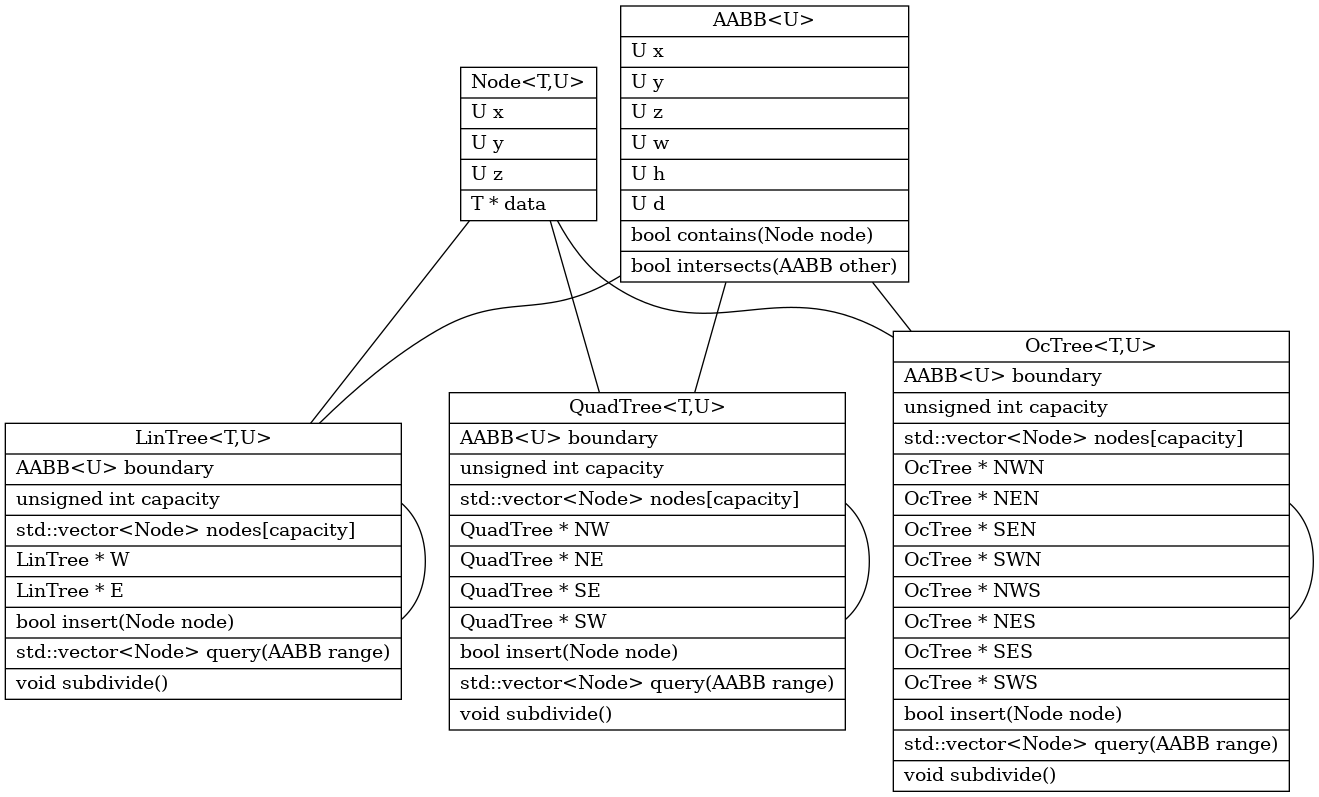
Above: doc/classes.dot.png in pvorselaars/spatial-tree (Graphviz), before the change. Its source is kept beside it as doc/classes.dot. Source of this version:
```dot
graph classes {

	graph [bgcolor=transparent]
	node [shape=record,style=filled,fillcolor=white]

	Element [label="{Node\<T,U\>|
			  U x\l|
			  U y\l|
			  U z\l|
			  T * data\l}"]

	AABB [label="{\N\<U\>|
			U x\l|
			U y\l|
			U z\l|
			U w\l|
			U h\l|
			U d\l|
			bool contains(Node node)\l|
			bool intersects(AABB other)\l}"]

	LinTree [label="{\N\<T,U\>|
			   AABB\<U\> boundary\l|
			   unsigned int capacity\l|
			   std::vector\<Node\> nodes[capacity]\l|
			   LinTree * W\l|
			   LinTree * E\l|
			   bool insert(Node node)\l|
			   std::vector\<Node\> query(AABB range)\l|
			   void subdivide()\l}"]

	QuadTree [label="{\N\<T,U\>|
			   AABB\<U\> boundary\l|
			   unsigned int capacity\l|
			   std::vector\<Node\> nodes[capacity]\l|
			   QuadTree * NW\l|
			   QuadTree * NE\l|
			   QuadTree * SE\l|
			   QuadTree * SW\l|
			   bool insert(Node node)\l|
			   std::vector\<Node\> query(AABB range)\l|
			   void subdivide()\l}"]

	OcTree [label="{\N\<T,U\>|
			  AABB\<U\> boundary\l|
			  unsigned int capacity\l|
			  std::vector\<Node\> nodes[capacity]\l|
			  OcTree * NWN\l|
			  OcTree * NEN\l|
			  OcTree * SEN\l|
			  OcTree * SWN\l|
			  OcTree * NWS\l|
			  OcTree * NES\l|
			  OcTree * SES\l|
			  OcTree * SWS\l|
			  bool insert(Node node)\l|
			  std::vector\<Node\> query(AABB range)\l|
			  void subdivide()\l}"]


	Element -- LinTree
	Element -- QuadTree
	Element -- OcTree
	AABB -- LinTree
	AABB -- QuadTree
	AABB -- OcTree
	LinTree -- LinTree
	QuadTree -- QuadTree
	OcTree -- OcTree

}
```
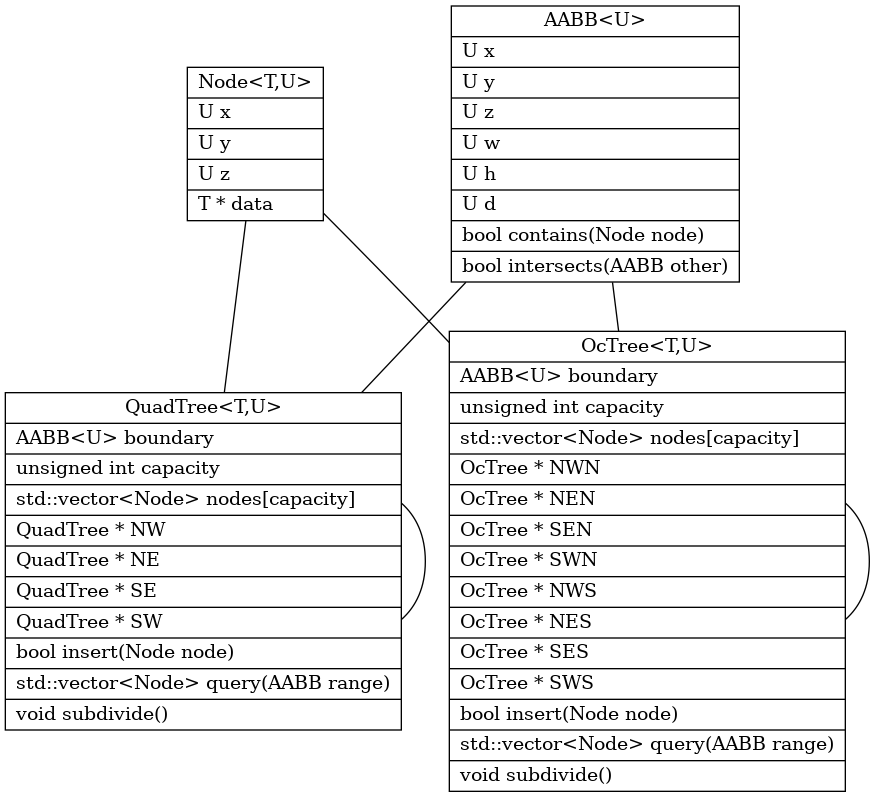
The same diagram one commit later.

Change to the diagram source:
```diff
@@ -18,16 +18,6 @@
 			U d\l|
 			bool contains(Node node)\l|
 			bool intersects(AABB other)\l}"]
-
-	LinTree [label="{\N\<T,U\>|
-			   AABB\<U\> boundary\l|
-			   unsigned int capacity\l|
-			   std::vector\<Node\> nodes[capacity]\l|
-			   LinTree * W\l|
-			   LinTree * E\l|
-			   bool insert(Node node)\l|
-			   std::vector\<Node\> query(AABB range)\l|
-			   void subdivide()\l}"]
 
 	QuadTree [label="{\N\<T,U\>|
 			   AABB\<U\> boundary\l|
@@ -58,13 +48,10 @@
 			  void subdivide()\l}"]
 
 
-	Element -- LinTree
 	Element -- QuadTree
 	Element -- OcTree
-	AABB -- LinTree
 	AABB -- QuadTree
 	AABB -- OcTree
-	LinTree -- LinTree
 	QuadTree -- QuadTree
 	OcTree -- OcTree
 
```
